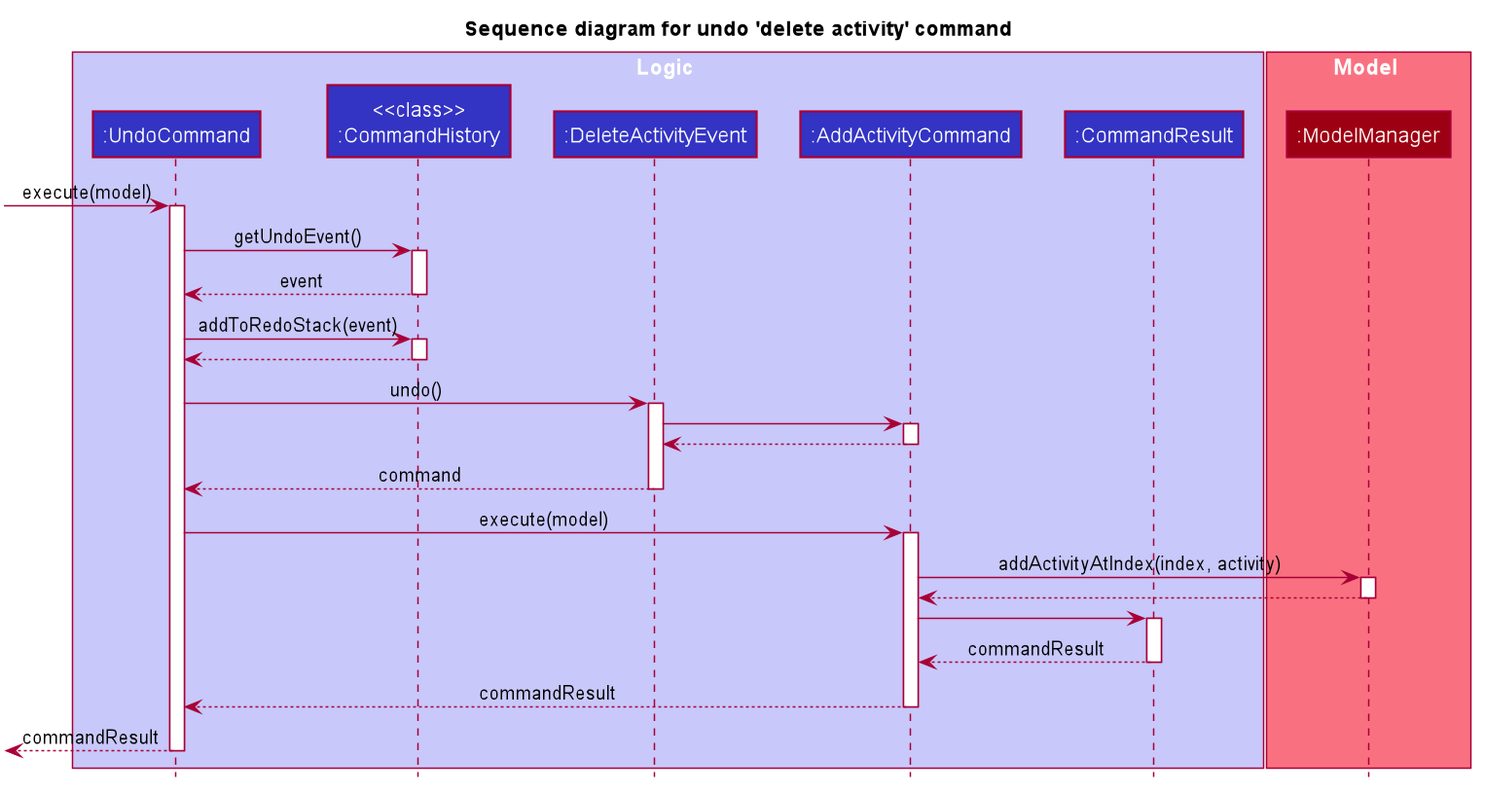
Above: docs/images/UndoDeleteActivitySequenceDiagram.png in nus-cs2103-AY1920S1/addressbook-level3 (PlantUML), before the change. Source of this version:
```plantuml
@startuml








skinparam BackgroundColor #FFFFFFF

skinparam Shadowing false

skinparam Class {
    FontColor #FFFFFF
    BorderThickness 1
    BorderColor #FFFFFF
    StereotypeFontColor #FFFFFF
    FontName Arial
}

skinparam Actor {
    BorderColor #000000
    Color #000000
    FontName Arial
}

skinparam Sequence {
    MessageAlign center
    BoxFontSize 15
    BoxPadding 0
    BoxFontColor #FFFFFF
    FontName Arial
}

skinparam Participant {
    FontColor #FFFFFFF
    Padding 20
}

skinparam MinClassWidth 50
skinparam ParticipantPadding 10
skinparam Shadowing false
skinparam DefaultTextAlignment center
skinparam packageStyle Rectangle

hide footbox
hide members
hide circle
title Sequence diagram for undo 'delete activity' command

box Logic #C8C8FA
participant ":UndoCommand" as UndoCommand #3333C4
participant "<<class>>\n:CommandHistory" as CommandHistory #3333C4
participant ":DeleteActivityEvent" as DeleteActivityEvent #3333C4
participant ":AddActivityCommand" as AddActivityCommand #3333C4
participant ":CommandResult" as CommandResult #3333C4
end box

box Model #F97181
participant ":ModelManager" as ModelManager #9D0012
end box

[-> UndoCommand : execute(model)
activate UndoCommand

UndoCommand -> CommandHistory : getUndoEvent()
activate CommandHistory

CommandHistory --> UndoCommand : event
deactivate CommandHistory

UndoCommand -> CommandHistory : addToRedoStack(event)
activate CommandHistory

CommandHistory --> UndoCommand
deactivate CommandHistory

UndoCommand -> DeleteActivityEvent : undo()
activate DeleteActivityEvent

DeleteActivityEvent -> AddActivityCommand
activate AddActivityCommand

AddActivityCommand --> DeleteActivityEvent
deactivate AddActivityCommand

DeleteActivityEvent --> UndoCommand : command
deactivate DeleteActivityEvent

UndoCommand -> AddActivityCommand : execute(model)
activate AddActivityCommand

AddActivityCommand -> ModelManager : addActivityAtIndex(index, activity)
activate ModelManager

ModelManager --> AddActivityCommand
deactivate ModelManager

AddActivityCommand -> CommandResult
activate CommandResult

CommandResult --> AddActivityCommand : commandResult
deactivate CommandResult

AddActivityCommand --> UndoCommand : commandResult
deactivate AddActivityCommand
[<--UndoCommand : commandResult
deactivate UndoCommand
@enduml
```
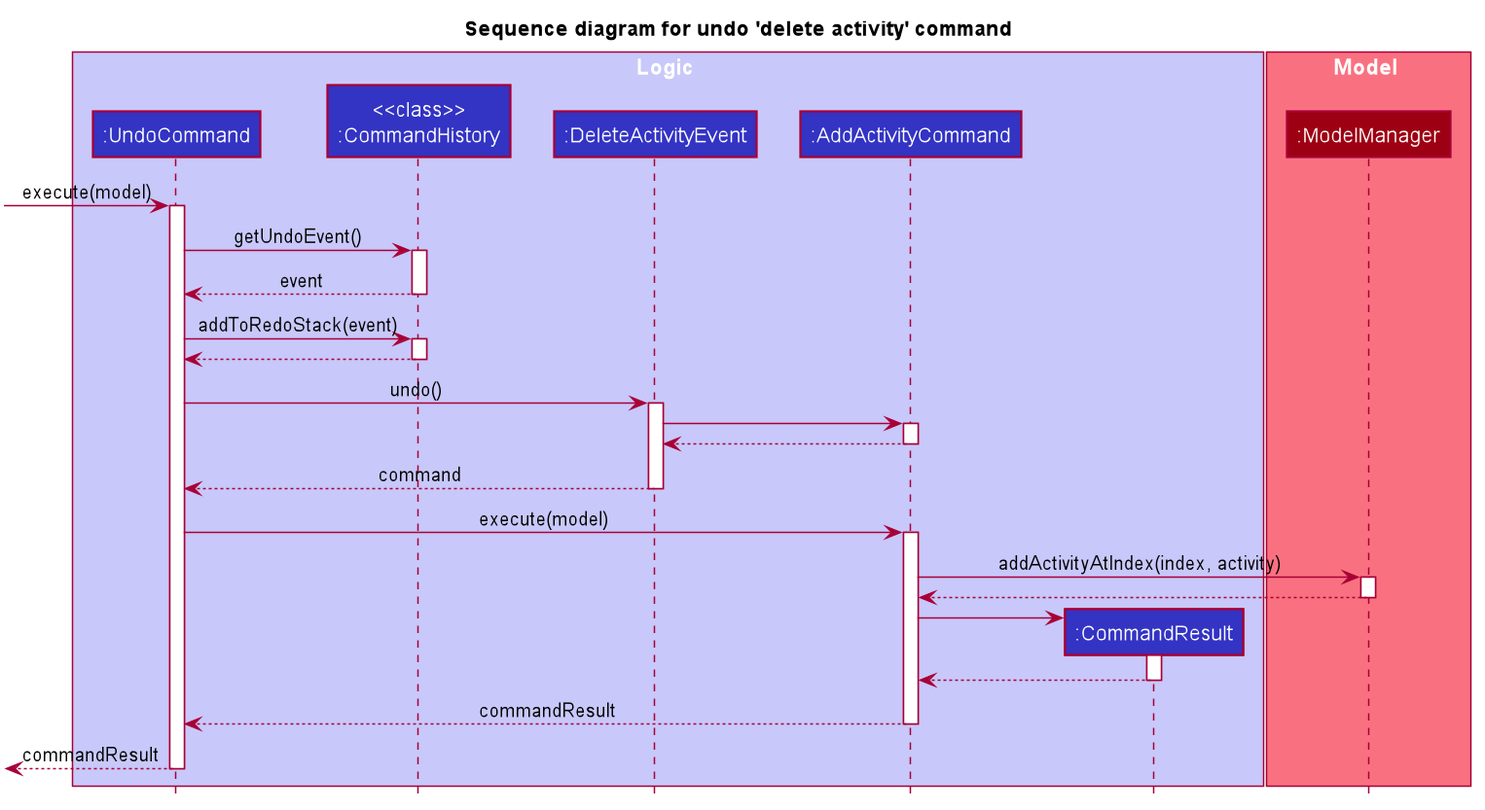
After the change.

Commit message:
Edit undo redo UML diagrams

Change to the diagram source:
```diff
@@ -97,14 +97,16 @@
 ModelManager --> AddActivityCommand
 deactivate ModelManager
 
+create CommandResult
 AddActivityCommand -> CommandResult
 activate CommandResult
 
-CommandResult --> AddActivityCommand : commandResult
+CommandResult --> AddActivityCommand
 deactivate CommandResult
 
 AddActivityCommand --> UndoCommand : commandResult
 deactivate AddActivityCommand
+
 [<--UndoCommand : commandResult
 deactivate UndoCommand
 @enduml
```
